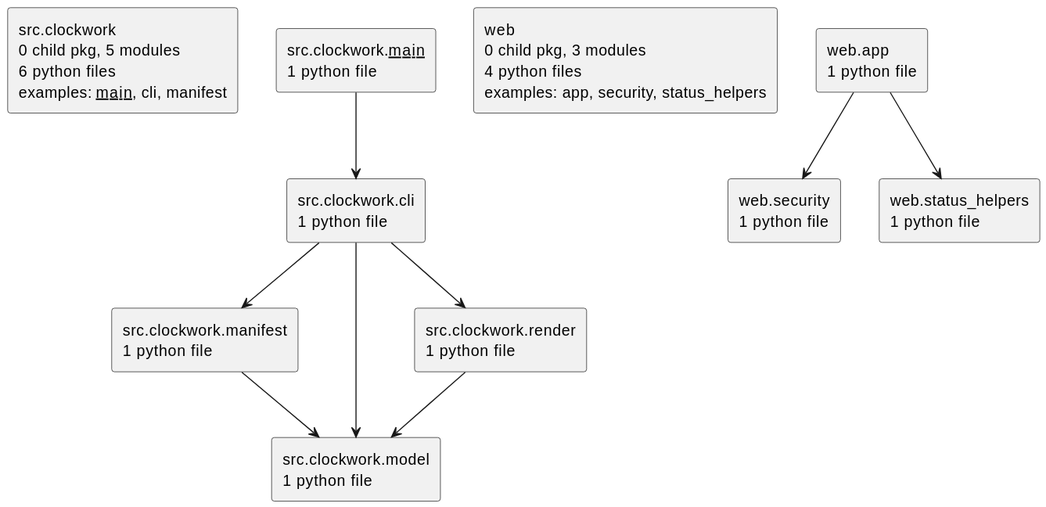
Earlier version of the PlantUML export docs/diagrams/python-packages.puml.svg (casonk/clockwork).
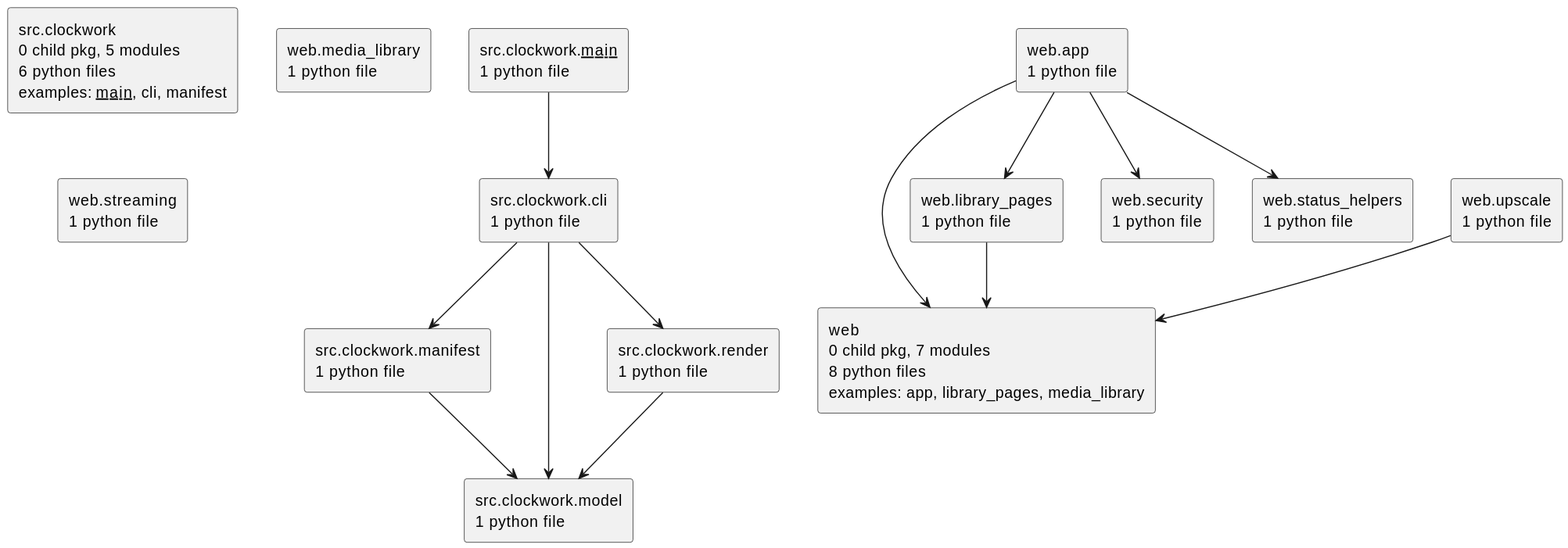
After the commit.

Commit message:
docs: refresh Python architecture diagrams

The edit, as a diff of the source:
```diff
@@ -8,16 +8,24 @@
 rectangle "src.clockwork.manifest\n1 python file" as src.clockwork.manifest
 rectangle "src.clockwork.model\n1 python file" as src.clockwork.model
 rectangle "src.clockwork.render\n1 python file" as src.clockwork.render
-rectangle "web\n0 child pkg, 3 modules\n4 python files\nexamples: app, security, status_helpers" as web
+rectangle "web\n0 child pkg, 7 modules\n8 python files\nexamples: app, library_pages, media_library" as web
 rectangle "web.app\n1 python file" as web.app
+rectangle "web.library_pages\n1 python file" as web.library_pages
+rectangle "web.media_library\n1 python file" as web.media_library
 rectangle "web.security\n1 python file" as web.security
 rectangle "web.status_helpers\n1 python file" as web.status_helpers
+rectangle "web.streaming\n1 python file" as web.streaming
+rectangle "web.upscale\n1 python file" as web.upscale
 src.clockwork.__main__ --> src.clockwork.cli
 src.clockwork.cli --> src.clockwork.manifest
 src.clockwork.cli --> src.clockwork.model
 src.clockwork.cli --> src.clockwork.render
 src.clockwork.manifest --> src.clockwork.model
 src.clockwork.render --> src.clockwork.model
+web.app --> web
+web.app --> web.library_pages
 web.app --> web.security
 web.app --> web.status_helpers
+web.library_pages --> web
+web.upscale --> web
 @enduml
```
